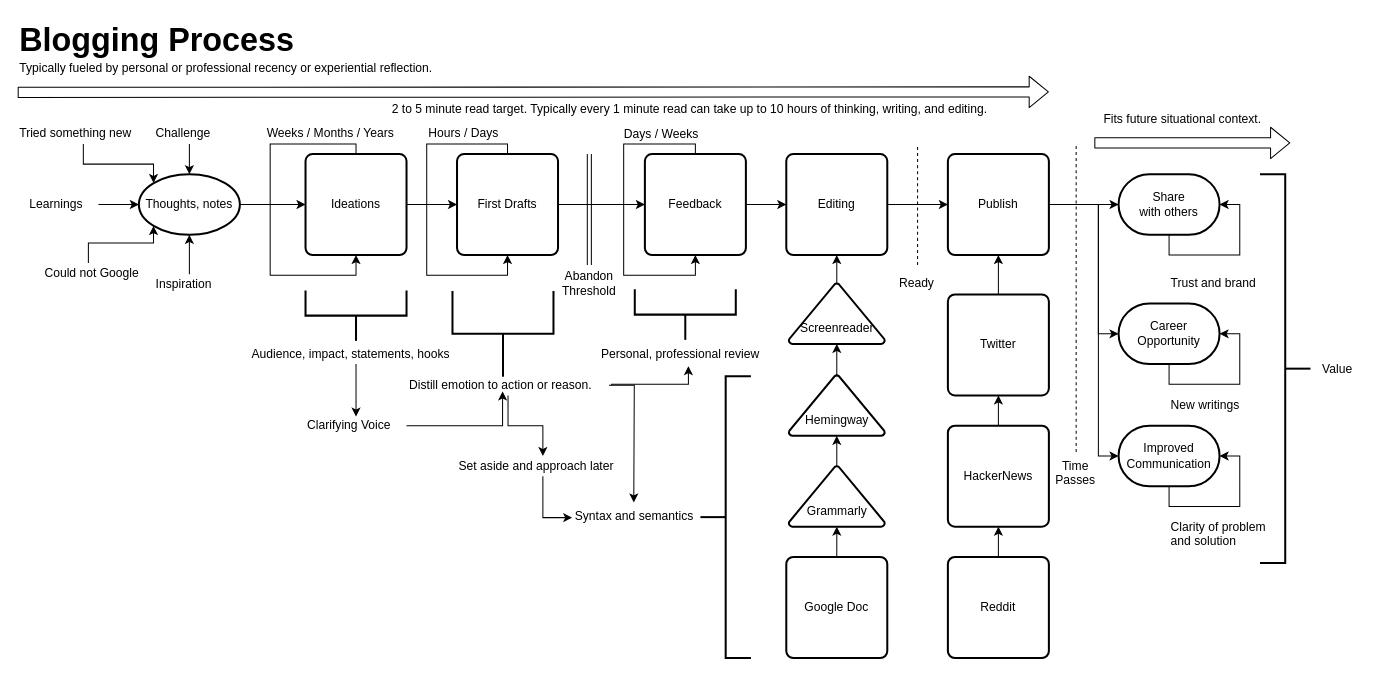
Before: mentoring/diagrams/blogging-process.drawio in solidi/learning-notes, a draw.io diagram. Source tidied: cells renumbered, new cells numbered last; positions are measured from the earlier drawing's top-left corner, leaving out a move shared by most shapes. Both pictures are drawn from the tidied source at 101%, with x=0, y=0 at pixel (17, 17).
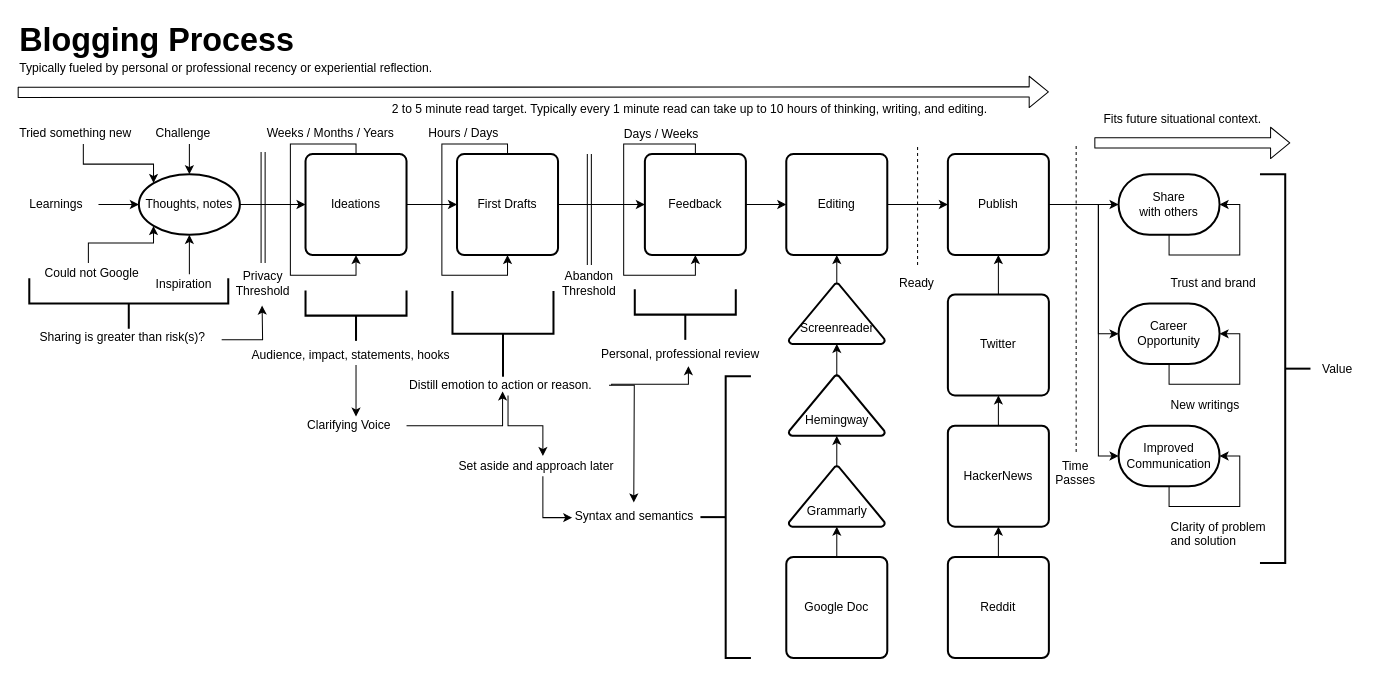
Above is the later version.

Commit message (it also covers changes not shown here):
Add updates to blogging process

The change refers to these unchanged cells:
```xml
<mxCell id="3" value="Ideations" style="rounded=1;whiteSpace=wrap;html=1;absoluteArcSize=1;arcSize=14;strokeWidth=2;" parent="1" vertex="1">
  <mxGeometry x="285" y="135" width="100" height="100" as="geometry" />
</mxCell>
<mxCell id="6" value="First Drafts" style="rounded=1;whiteSpace=wrap;html=1;absoluteArcSize=1;arcSize=14;strokeWidth=2;" parent="1" vertex="1">
  <mxGeometry x="435" y="135" width="100" height="100" as="geometry" />
</mxCell>
```

The edit, as a diff of the source:
```diff
@@
     <mxCell id="4" style="edgeStyle=orthogonalEdgeStyle;rounded=0;orthogonalLoop=1;jettySize=auto;html=1;entryX=0.5;entryY=1;entryDx=0;entryDy=0;" parent="1" edge="1" source="3" target="3">
       <mxGeometry relative="1" as="geometry">
         <Array as="points">
           <mxPoint x="335" y="125" />
-          <mxPoint x="250" y="125" />
-          <mxPoint x="250" y="255" />
+          <mxPoint x="270" y="125" />
+          <mxPoint x="270" y="255" />
           <mxPoint x="335" y="255" />
         </Array>
       </mxGeometry>
     </mxCell>
@@
     <mxCell id="7" style="edgeStyle=orthogonalEdgeStyle;rounded=0;orthogonalLoop=1;jettySize=auto;html=1;exitX=0.5;exitY=0;exitDx=0;exitDy=0;entryX=0.5;entryY=1;entryDx=0;entryDy=0;" parent="1" edge="1" source="6" target="6">
       <mxGeometry relative="1" as="geometry">
         <Array as="points">
           <mxPoint x="485" y="125" />
-          <mxPoint x="405" y="125" />
-          <mxPoint x="405" y="255" />
+          <mxPoint x="420" y="125" />
+          <mxPoint x="420" y="255" />
           <mxPoint x="485" y="255" />
         </Array>
       </mxGeometry>
     </mxCell>
@@
     <mxCell id="30" value="Audience, impact, statements, hooks" style="text;html=1;points=[];align=left;verticalAlign=top;spacingTop=-4;" parent="1" vertex="1">
-      <mxGeometry x="230" y="323" width="210" height="20" as="geometry" />
+      <mxGeometry x="230" y="324" width="210" height="20" as="geometry" />
     </mxCell>
@@
+    <mxCell id="85" style="shape=link;html=1;" parent="1" edge="1">
+      <mxGeometry relative="1" as="geometry">
+        <mxPoint x="243" y="243" as="sourcePoint" />
+        <mxPoint x="243" y="133" as="targetPoint" />
+      </mxGeometry>
+    </mxCell>
+    <mxCell id="86" value="Privacy Threshold" style="text;html=1;strokeColor=none;fillColor=none;align=center;verticalAlign=middle;whiteSpace=wrap;rounded=0;" parent="1" vertex="1">
+      <mxGeometry x="223" y="253" width="40" height="20" as="geometry" />
+    </mxCell>
+    <mxCell id="87" style="edgeStyle=orthogonalEdgeStyle;rounded=0;jettySize=auto;html=1;entryX=0.5;entryY=1;entryDx=0;entryDy=0;entryPerimeter=0;exitX=1.011;exitY=0.6;exitDx=0;exitDy=0;exitPerimeter=0;" parent="1" edge="1" source="88">
+      <mxGeometry relative="1" as="geometry">
+        <mxPoint x="242" y="285" as="targetPoint" />
+      </mxGeometry>
+    </mxCell>
+    <mxCell id="88" value="Sharing is greater than risk(s)?" style="text;html=1;points=[];align=left;verticalAlign=top;spacingTop=-4;" parent="1" vertex="1">
+      <mxGeometry x="20" y="307" width="180" height="20" as="geometry" />
+    </mxCell>
+    <mxCell id="89" style="strokeWidth=2;html=1;shape=mxgraph.flowchart.annotation_2;align=left;labelPosition=right;rotation=-90;" parent="1" vertex="1">
+      <mxGeometry x="85" y="184.5" width="50" height="197" as="geometry" />
+    </mxCell>
```
